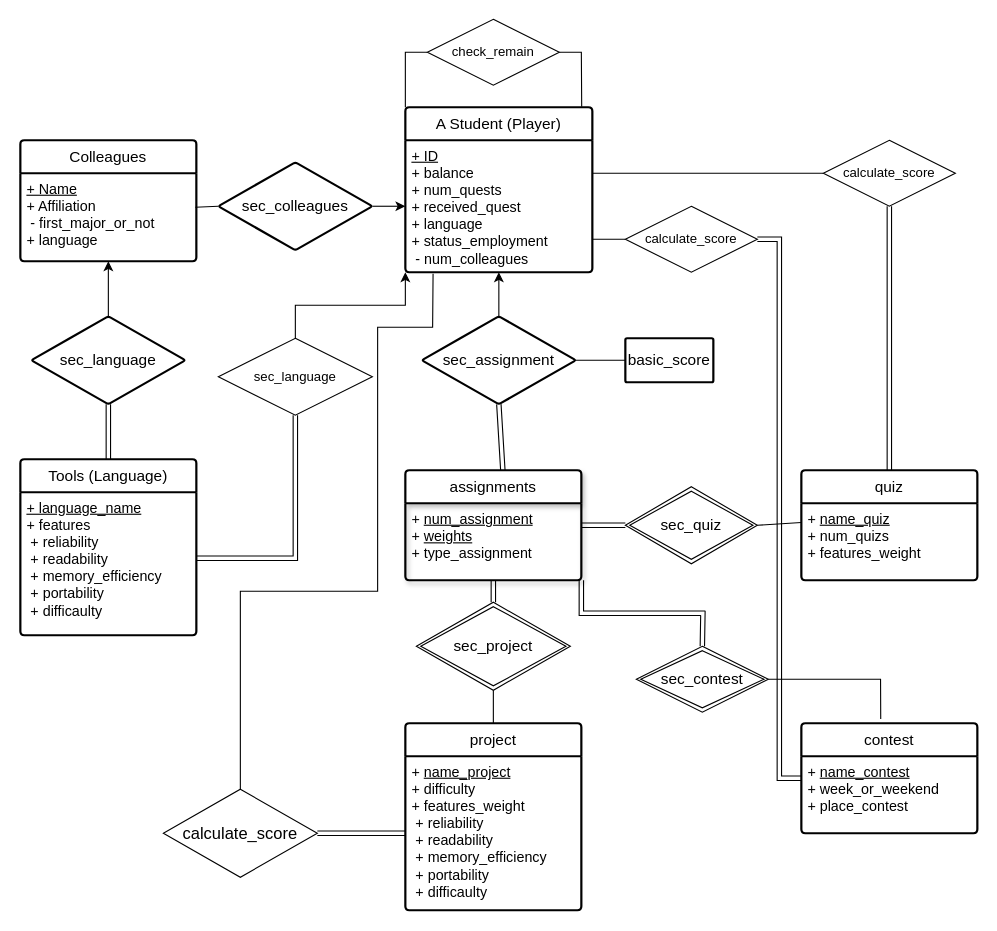
The draw.io diagram 데베프젝er다이어그램.drawio in GreatSword98/Yoon-Sung-Hyun, before the edit. Source tidied: cells renumbered, new cells numbered last; positions are measured from the earlier drawing's top-left corner, leaving out a move shared by most shapes. Both pictures are drawn from the tidied source at 110%, with x=0, y=0 at pixel (20, 19).
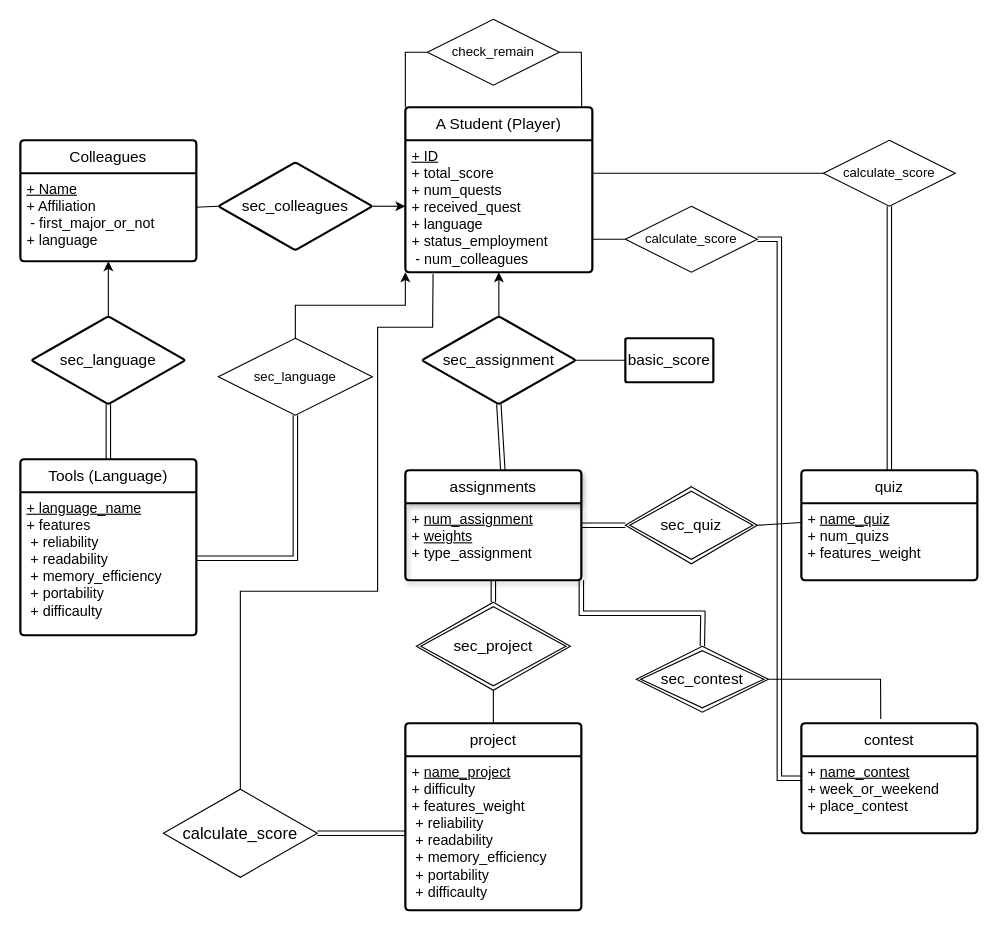
The same page after the edit.

Commit message (it also covers changes not shown here):
데베프젝er다이어그램.drawio 업데이트

Unchanged cells that the change refers to:
```xml
<mxCell id="2" value="A Student (Player)" style="swimlane;horizontal=1;startSize=30;rounded=1;fontSize=14;fontStyle=0;strokeWidth=2;shadow=0;dashed=0;align=center;arcSize=4;whiteSpace=wrap;html=1;" parent="1" vertex="1">
  <mxGeometry x="350" y="80" width="170" height="150" as="geometry" />
</mxCell>
```

Change to the diagram source:
```diff
@@
-    <mxCell id="3" value="&lt;font style=&quot;font-size: 13px;&quot;&gt;&lt;u&gt;+ ID&lt;br&gt;&lt;/u&gt;+ balance&lt;br&gt;+ num_quests&lt;br&gt;+ received_quest&lt;br&gt;+ language&lt;br&gt;+ status_employment&lt;br&gt;&amp;nbsp;- num_colleagues&lt;br&gt;&lt;/font&gt;" style="align=left;strokeColor=none;fillColor=none;spacingLeft=4;fontSize=12;verticalAlign=top;html=1;" parent="2" vertex="1">
+    <mxCell id="3" value="&lt;font style=&quot;font-size: 13px;&quot;&gt;&lt;u&gt;+ ID&lt;br&gt;&lt;/u&gt;+ total_score&lt;br&gt;+ num_quests&lt;br&gt;+ received_quest&lt;br&gt;+ language&lt;br&gt;+ status_employment&lt;br&gt;&amp;nbsp;- num_colleagues&lt;br&gt;&lt;/font&gt;" style="align=left;strokeColor=none;fillColor=none;spacingLeft=4;fontSize=12;verticalAlign=top;html=1;" parent="2" vertex="1">
       <mxGeometry y="30" width="170" height="120" as="geometry" />
     </mxCell>
```
